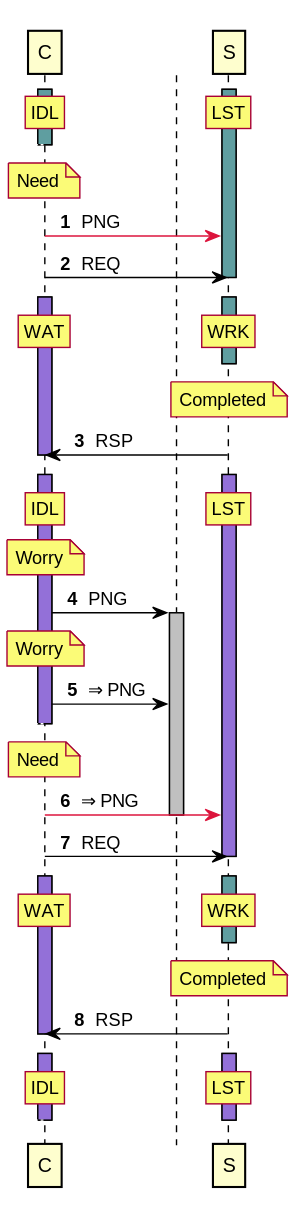
Before: tests/expected/test_client_server/sequence.svg, a diagram exported from PlantUML (orenbenkiki/total-space).
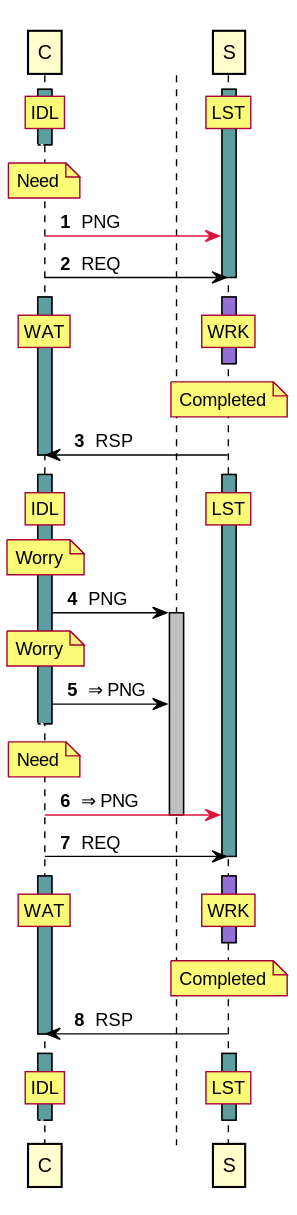
The same file after the commit.

Commit message:
Fix colors of deferred agents in sequence diagram.

What changed in the source:
```diff
@@ -27,8 +27,8 @@
 autonumber stop
 [<[#White]-- A0
 autonumber resume
-activate A0 #MediumPurple
-activate A1 #CadetBlue
+activate A0 #CadetBlue
+activate A1 #MediumPurple
 rnote over A0 : WAT
 / rnote over A1 : WRK
 autonumber stop
@@ -41,8 +41,8 @@
 autonumber stop
 [<[#White]-- A0
 autonumber resume
-activate A1 #MediumPurple
-activate A0 #MediumPurple
+activate A1 #CadetBlue
+activate A0 #CadetBlue
 rnote over A1 : LST
 / rnote over A0 : IDL
 note over A0 : Worry
@@ -63,8 +63,8 @@
 autonumber stop
 [<[#White]-- A0
 autonumber resume
-activate A0 #MediumPurple
-activate A1 #CadetBlue
+activate A0 #CadetBlue
+activate A1 #MediumPurple
 rnote over A0 : WAT
 / rnote over A1 : WRK
 autonumber stop
@@ -77,8 +77,8 @@
 autonumber stop
 [<[#White]-- A0
 autonumber resume
-activate A1 #MediumPurple
-activate A0 #MediumPurple
+activate A1 #CadetBlue
+activate A0 #CadetBlue
 rnote over A1 : LST
 / rnote over A0 : IDL
 autonumber stop
```
